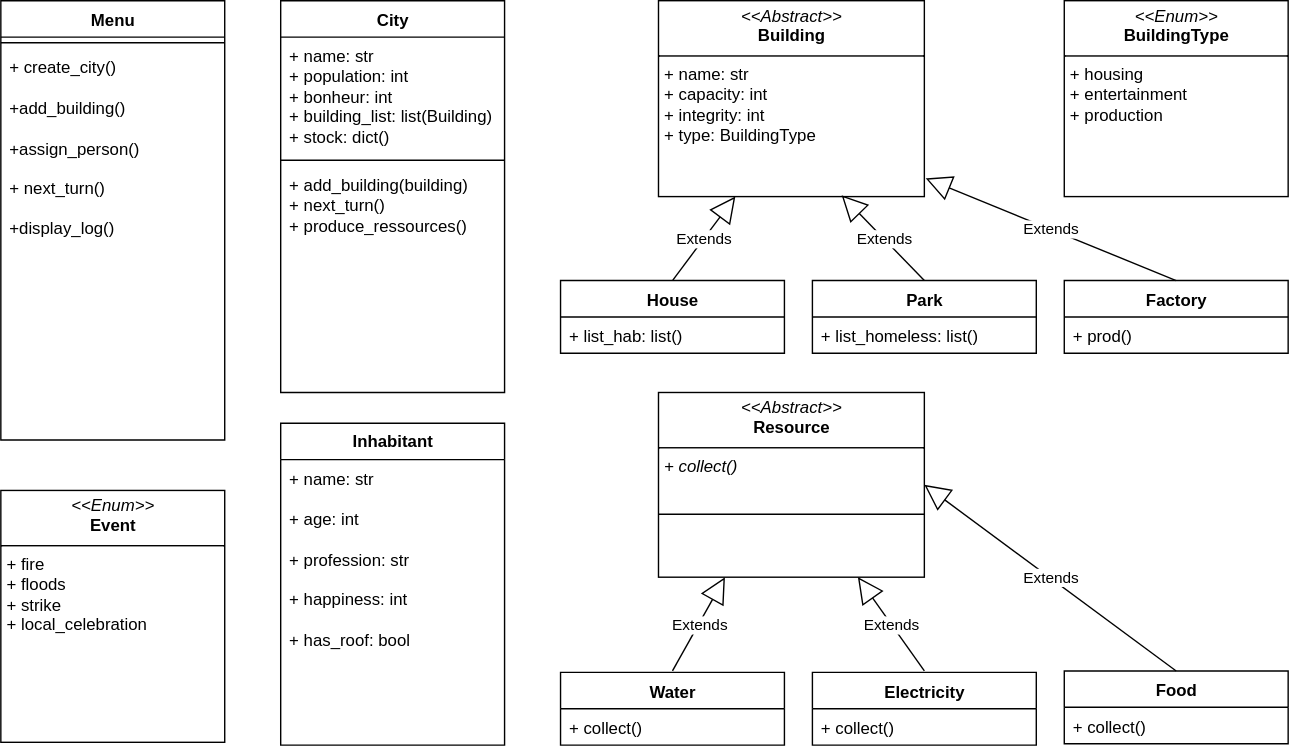
The draw.io diagram UML/CitySim.drawio.svg in em-riv/CitySim, before a commit. Source tidied: cells renumbered, new cells last; positions are measured from the earlier drawing's top-left corner, leaving out a move shared by most shapes.
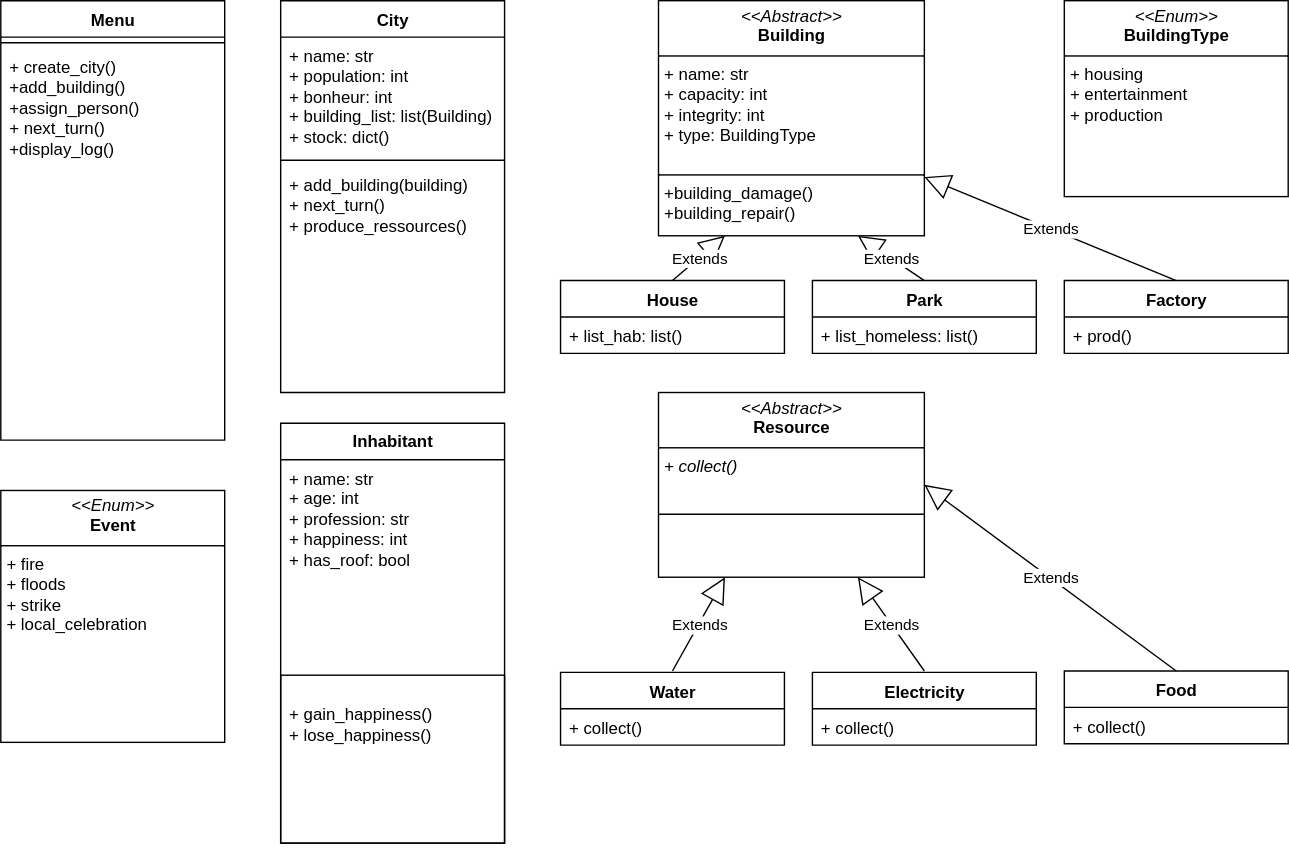
The same diagram one commit later.

What changed in the source:
```diff
@@ -17,9 +17,6 @@
     <mxCell id="6" value="&lt;p style=&quot;margin:0px;margin-top:4px;text-align:center;&quot;&gt;&lt;i&gt;&amp;lt;&amp;lt;Enum&amp;gt;&amp;gt;&lt;/i&gt;&lt;br&gt;&lt;b&gt;BuildingType&lt;/b&gt;&lt;/p&gt;&lt;hr size=&quot;1&quot; style=&quot;border-style:solid;&quot;&gt;&lt;p style=&quot;margin:0px;margin-left:4px;&quot;&gt;+ housing&lt;br&gt;+ entertainment&lt;/p&gt;&lt;p style=&quot;margin:0px;margin-left:4px;&quot;&gt;+ production&lt;/p&gt;" style="verticalAlign=top;align=left;overflow=fill;html=1;whiteSpace=wrap;" parent="1" vertex="1">
       <mxGeometry x="760" width="160" height="140" as="geometry" />
     </mxCell>
-    <mxCell id="7" value="&lt;p style=&quot;margin:0px;margin-top:4px;text-align:center;&quot;&gt;&lt;i&gt;&amp;lt;&amp;lt;Abstract&amp;gt;&amp;gt;&lt;/i&gt;&lt;br&gt;&lt;b&gt;Building&lt;/b&gt;&lt;/p&gt;&lt;hr size=&quot;1&quot; style=&quot;border-style:solid;&quot;&gt;&lt;p style=&quot;margin:0px;margin-left:4px;&quot;&gt;+ name: str&lt;br&gt;+ capacity: int&lt;/p&gt;&lt;p style=&quot;margin:0px;margin-left:4px;&quot;&gt;+ integrity: int&lt;/p&gt;&lt;p style=&quot;margin:0px;margin-left:4px;&quot;&gt;+ type: BuildingType&lt;/p&gt;&lt;p style=&quot;margin:0px;margin-left:4px;&quot;&gt;&lt;br&gt;&lt;/p&gt;" style="verticalAlign=top;align=left;overflow=fill;html=1;whiteSpace=wrap;" parent="1" vertex="1">
-      <mxGeometry x="470" width="190" height="140" as="geometry" />
-    </mxCell>
     <mxCell id="8" value="House" style="swimlane;fontStyle=1;align=center;verticalAlign=top;horizontal=1;startSize=26;whiteSpace=wrap;html=1;" parent="1" vertex="1">
       <mxGeometry x="400" y="200" width="160" height="52" as="geometry" />
     </mxCell>
@@ -39,16 +36,19 @@
       <mxGeometry y="26" width="160" height="26" as="geometry" />
     </mxCell>
     <mxCell id="14" value="&lt;b&gt;Inhabitant&lt;/b&gt;" style="swimlane;fontStyle=0;horizontal=1;startSize=26;fillColor=none;whiteSpace=wrap;html=1;" parent="1" vertex="1">
-      <mxGeometry x="200" y="302" width="160" height="230" as="geometry" />
+      <mxGeometry x="200" y="302" width="160" height="300" as="geometry" />
     </mxCell>
     <mxCell id="15" value="Extends" style="endArrow=block;endSize=16;endFill=0;html=1;rounded=0;exitX=0.5;exitY=0;exitDx=0;exitDy=0;entryX=0.25;entryY=1;entryDx=0;entryDy=0;" parent="14" edge="1" target="17">
       <mxGeometry relative="1" as="geometry">
         <mxPoint x="280" y="177" as="sourcePoint" />
       </mxGeometry>
     </mxCell>
-    <mxCell id="16" value="&lt;div&gt;+ name: st&lt;span style=&quot;background-color: transparent; color: light-dark(rgb(0, 0, 0), rgb(255, 255, 255));&quot;&gt;r&lt;/span&gt;&lt;/div&gt;&lt;div&gt;&lt;span style=&quot;background-color: transparent; color: light-dark(rgb(0, 0, 0), rgb(255, 255, 255));&quot;&gt;&lt;br&gt;&lt;/span&gt;&lt;/div&gt;&lt;div&gt;&lt;span style=&quot;background-color: transparent; color: light-dark(rgb(0, 0, 0), rgb(255, 255, 255));&quot;&gt;+ age: int&lt;/span&gt;&lt;/div&gt;&lt;div&gt;&lt;span style=&quot;color: rgba(0, 0, 0, 0); font-family: monospace; font-size: 0px; text-wrap-mode: nowrap;&quot;&gt;%3CmxGraphModel%3E%3Croot%3E%3CmxCell%20id%3D%220%22%2F%3E%3CmxCell%20id%3D%221%22%20parent%3D%220%22%2F%3E%3CmxCell%20id%3D%222%22%20value%3D%22%2B%20age%3A%20int%22%20style%3D%22text%3BstrokeColor%3Dnone%3BfillColor%3Dnone%3Balign%3Dleft%3BverticalAlign%3Dtop%3BspacingLeft%3D4%3BspacingRight%3D4%3Boverflow%3Dhidden%3Brotatable%3D0%3Bpoints%3D%5B%5B0%2C0.5%5D%2C%5B1%2C0.5%5D%5D%3BportConstraint%3Deastwest%3BwhiteSpace%3Dwrap%3Bhtml%3D1%3B%22%20vertex%3D%221%22%20parent%3D%221%22%3E%3CmxGeometry%20x%3D%22-80%22%20y%3D%22518%22%20width%3D%22160%22%20height%3D%2226%22%20as%3D%22geometry%22%2F%3E%3C%2FmxCell%3E%3C%2Froot%3E%3C%2FmxGraphModel%3E&lt;/span&gt;&lt;span style=&quot;color: rgba(0, 0, 0, 0); font-family: monospace; font-size: 0px; text-wrap-mode: nowrap; background-color: transparent;&quot;&gt;%3CmxGraphModel%3E%3Croot%3E%3CmxCell%20id%3D%220%22%2F%3E%3CmxCell%20id%3D%221%22%20parent%3D%220%22%2F%3E%3CmxCell%20id%3D%222%22%20value%3D%22%2B%20age%3A%20int%22%20style%3D%22text%3BstrokeColor%3Dnone%3BfillColor%3Dnone%3Balign%3Dleft%3BverticalAlign%3Dtop%3BspacingLeft%3D4%3BspacingRight%3D4%3Boverflow%3Dhidden%3Brotatable%3D0%3Bpoints%3D%5B%5B0%2C0.5%5D%2C%5B1%2C0.5%5D%5D%3BportConstraint%3Deastwest%3BwhiteSpace%3Dwrap%3Bhtml%3D1%3B%22%20vertex%3D%221%22%20parent%3D%221%22%3E%3CmxGeometry%20x%3D%22-80%22%20y%3D%22518%22%20width%3D%22160%22%20height%3D%2226%22%20as%3D%22geometry%22%2F%3E%3C%2FmxCell%3E%3C%2Froot%3E%3C%2FmxGraphModel%3E&lt;/span&gt;&lt;/div&gt;+ profession: str&lt;div&gt;&lt;br&gt;&lt;/div&gt;&lt;div&gt;+ happiness: int&lt;/div&gt;&lt;div&gt;&lt;br&gt;&lt;/div&gt;&lt;div&gt;+ has_roof: bool&lt;/div&gt;" style="text;strokeColor=none;fillColor=none;align=left;verticalAlign=top;spacingLeft=4;spacingRight=4;overflow=hidden;whiteSpace=wrap;html=1;" parent="14" vertex="1">
-      <mxGeometry y="26" width="160" height="204" as="geometry" />
+    <mxCell id="16" value="&lt;div&gt;+ name: st&lt;span style=&quot;background-color: transparent; color: light-dark(rgb(0, 0, 0), rgb(255, 255, 255));&quot;&gt;r&lt;/span&gt;&lt;/div&gt;&lt;div&gt;&lt;span style=&quot;background-color: transparent; color: light-dark(rgb(0, 0, 0), rgb(255, 255, 255));&quot;&gt;+ age: int&lt;/span&gt;&lt;span style=&quot;background-color: transparent; text-wrap-mode: nowrap; color: rgba(0, 0, 0, 0); font-family: monospace; font-size: 0px;&quot;&gt;%3CmxGraphModel%3E%3Croot%3E%3CmxCell%20id%3D%220%22%2F%3E%3CmxCell%20id%3D%221%22%20parent%3D%220%22%2F%3E%3CmxCell%20id%3D%222%22%20value%3D%22%2B%20age%3A%20int%22%20style%3D%22text%3BstrokeColor%3Dnone%3BfillColor%3Dnone%3Balign%3Dleft%3BverticalAlign%3Dtop%3BspacingLeft%3D4%3BspacingRight%3D4%3Boverflow%3Dhidden%3Brotatable%3D0%3Bpoints%3D%5B%5B0%2C0.5%5D%2C%5B1%2C0.5%5D%5D%3BportConstraint%3Deastwest%3BwhiteSpace%3Dwrap%3Bhtml%3D1%3B%22%20vertex%3D%221%22%20parent%3D%221%22%3E%3CmxGeometry%20x%3D%22-80%22%20y%3D%22518%22%20width%3D%22160%22%20height%3D%2226%22%20as%3D%22geometry%22%2F%3E%3C%2FmxCell%3E%3C%2Froot%3E%3C%2FmxGraphModel%3&lt;/span&gt;&lt;span style=&quot;background-color: transparent; text-wrap-mode: nowrap; color: rgba(0, 0, 0, 0); font-family: monospace; font-size: 0px;&quot;&gt;%3CmxGraphModel%3E%3Croot%3E%3CmxCell%20id%3D%220%22%2F%3E%3CmxCell%20id%3D%221%22%20parent%3D%220%22%2F%3E%3CmxCell%20id%3D%222%22%20value%3D%22%2B%20age%3A%20int%22%20style%3D%22text%3BstrokeColor%3Dnone%3BfillColor%3Dnone%3Balign%3Dleft%3BverticalAlign%3Dtop%3BspacingLeft%3D4%3BspacingRight%3D4%3Boverflow%3Dhidden%3Brotatable%3D0%3Bpoints%3D%5B%5B0%2C0.5%5D%2C%5B1%2C0.5%5D%5D%3BportConstraint%3Deastwest%3BwhiteSpace%3Dwrap%3Bhtml%3D1%3B%22%20vertex%3D%221%22%20parent%3D%221%22%3E%3CmxGeometry%20x%3D%22-80%22%20y%3D%22518%22%20width%3D%22160%22%20height%3D%2226%22%20as%3D%22geometry%22%2F%3E%3C%2FmxCell%3E%3C%2Froot%3E%3C%2FmxGraphModel%3E&lt;/span&gt;&lt;/div&gt;+ profession: str&lt;div&gt;+ happiness: int&lt;/div&gt;&lt;div&gt;+ has_roof: bool&lt;/div&gt;" style="text;strokeColor=none;fillColor=none;align=left;verticalAlign=top;spacingLeft=4;spacingRight=4;overflow=hidden;whiteSpace=wrap;html=1;" parent="14" vertex="1">
+      <mxGeometry y="26" width="160" height="154" as="geometry" />
     </mxCell>
+    <mxCell id="34" value="&lt;br&gt;&lt;div&gt;+ gain_happiness()&lt;div&gt;+ lose_happiness()&lt;/div&gt;&lt;/div&gt;" style="text;strokeColor=default;fillColor=none;align=left;verticalAlign=top;spacingLeft=4;spacingRight=4;overflow=hidden;whiteSpace=wrap;html=1;" parent="14" vertex="1">
+      <mxGeometry y="180" width="160" height="120" as="geometry" />
+    </mxCell>
     <mxCell id="17" value="&lt;p style=&quot;margin:0px;margin-top:4px;text-align:center;&quot;&gt;&lt;i&gt;&amp;lt;&amp;lt;Abstract&amp;gt;&amp;gt;&lt;/i&gt;&lt;br&gt;&lt;b&gt;Resource&lt;/b&gt;&lt;/p&gt;&lt;hr size=&quot;1&quot; style=&quot;border-style:solid;&quot;&gt;&lt;p style=&quot;margin:0px;margin-left:4px;&quot;&gt;&lt;i style=&quot;background-color: transparent; color: light-dark(rgb(0, 0, 0), rgb(255, 255, 255));&quot;&gt;+ collect()&lt;/i&gt;&lt;/p&gt;&lt;p style=&quot;margin:0px;margin-left:4px;&quot;&gt;&lt;span style=&quot;color: rgba(0, 0, 0, 0); font-family: monospace; font-size: 0px; text-wrap-mode: nowrap;&quot;&gt;%3CmxGraphModel%3E%3Croot%3E%3CmxCell%20id%3D%220%22%2F%3E%3CmxCell%20id%3D%221%22%20parent%3D%220%22%2F%3E%3CmxCell%20id%3D%222%22%20value%3D%22%22%20style%3D%22line%3BstrokeWidth%3D1%3BfillColor%3Dnone%3Balign%3Dleft%3BverticalAlign%3Dmiddle%3BspacingTop%3D-1%3BspacingLeft%3D3%3BspacingRight%3D3%3Brotatable%3D0%3BlabelPosition%3Dright%3Bpoints%3D%5B%5D%3BportConstraint%3Deastwest%3BstrokeColor%3Dinherit%3B%22%20vertex%3D%221%22%20parent%3D%221%22%3E%3CmxGeometry%20x%3D%22-260%22%20y%3D%22258%22%20width%3D%22160%22%20height%3D%228%22%20as%3D%22geometry%22%2F%3E%3C%2FmxCell%3E%3C%2Froot%3E%3C%2FmxGraphModel%3E&lt;/span&gt;&lt;/p&gt;" style="verticalAlign=top;align=left;overflow=fill;html=1;whiteSpace=wrap;" parent="1" vertex="1">
       <mxGeometry x="470" y="280" width="190" height="132" as="geometry" />
     </mxCell>
@@ -79,7 +79,7 @@
     <mxCell id="26" style="line;strokeWidth=1;fillColor=none;align=left;verticalAlign=middle;spacingTop=-1;spacingLeft=3;spacingRight=3;labelPosition=right;strokeColor=inherit;" parent="25" vertex="1">
       <mxGeometry y="26" width="160" height="8" as="geometry" />
     </mxCell>
-    <mxCell id="27" value="&lt;div&gt;&lt;span style=&quot;font-style: normal;&quot;&gt;+ create_city()&lt;/span&gt;&lt;/div&gt;&lt;div&gt;&lt;span style=&quot;font-style: normal;&quot;&gt;&lt;br&gt;&lt;/span&gt;&lt;/div&gt;&lt;div&gt;&lt;span style=&quot;font-style: normal;&quot;&gt;+add_building()&lt;/span&gt;&lt;/div&gt;&lt;div&gt;&lt;span style=&quot;font-style: normal;&quot;&gt;&lt;br&gt;&lt;/span&gt;&lt;/div&gt;&lt;div&gt;&lt;span style=&quot;font-style: normal;&quot;&gt;+assign_person()&lt;/span&gt;&lt;/div&gt;&lt;div&gt;&lt;span style=&quot;font-style: normal;&quot;&gt;&lt;br&gt;&lt;/span&gt;&lt;/div&gt;&lt;span style=&quot;font-style: normal;&quot;&gt;+ next_turn()&lt;/span&gt;&lt;div&gt;&lt;span style=&quot;font-style: normal;&quot;&gt;&lt;br&gt;&lt;/span&gt;&lt;/div&gt;&lt;div&gt;&lt;span style=&quot;font-style: normal;&quot;&gt;+display_log()&lt;/span&gt;&lt;/div&gt;" style="text;strokeColor=none;fillColor=none;align=left;verticalAlign=top;spacingLeft=4;spacingRight=4;overflow=hidden;whiteSpace=wrap;html=1;fontStyle=2;" parent="25" vertex="1">
+    <mxCell id="27" value="&lt;div&gt;&lt;span style=&quot;font-style: normal;&quot;&gt;+ create_city()&lt;/span&gt;&lt;/div&gt;&lt;div&gt;&lt;span style=&quot;font-style: normal;&quot;&gt;+add_building()&lt;/span&gt;&lt;/div&gt;&lt;div&gt;&lt;span style=&quot;font-style: normal;&quot;&gt;+assign_person()&lt;/span&gt;&lt;/div&gt;&lt;span style=&quot;font-style: normal;&quot;&gt;+ next_turn()&lt;/span&gt;&lt;div&gt;&lt;span style=&quot;font-style: normal;&quot;&gt;+display_log()&lt;/span&gt;&lt;/div&gt;" style="text;strokeColor=none;fillColor=none;align=left;verticalAlign=top;spacingLeft=4;spacingRight=4;overflow=hidden;whiteSpace=wrap;html=1;fontStyle=2;" parent="25" vertex="1">
       <mxGeometry y="34" width="160" height="280" as="geometry" />
     </mxCell>
     <mxCell id="28" value="Extends" style="endArrow=block;endSize=16;endFill=0;html=1;rounded=0;exitX=0.5;exitY=0;exitDx=0;exitDy=0;entryX=1;entryY=0.5;entryDx=0;entryDy=0;" parent="1" edge="1" source="22" target="17">
@@ -90,21 +90,24 @@
         <mxPoint x="660" y="479" as="sourcePoint" />
       </mxGeometry>
     </mxCell>
-    <mxCell id="30" value="Extends" style="endArrow=block;endSize=16;endFill=0;html=1;rounded=0;exitX=0.5;exitY=0;exitDx=0;exitDy=0;entryX=1.005;entryY=0.907;entryDx=0;entryDy=0;entryPerimeter=0;" parent="1" edge="1" target="7">
+    <mxCell id="30" value="Extends" style="endArrow=block;endSize=16;endFill=0;html=1;rounded=0;exitX=0.5;exitY=0;exitDx=0;exitDy=0;entryX=1;entryY=0.75;entryDx=0;entryDy=0;" parent="1" edge="1" target="35">
       <mxGeometry relative="1" as="geometry">
         <mxPoint x="840" y="200" as="sourcePoint" />
       </mxGeometry>
     </mxCell>
-    <mxCell id="31" value="Extends" style="endArrow=block;endSize=16;endFill=0;html=1;rounded=0;exitX=0.5;exitY=0;exitDx=0;exitDy=0;entryX=0.689;entryY=0.993;entryDx=0;entryDy=0;entryPerimeter=0;" parent="1" edge="1" target="7">
+    <mxCell id="31" value="Extends" style="endArrow=block;endSize=16;endFill=0;html=1;rounded=0;exitX=0.5;exitY=0;exitDx=0;exitDy=0;entryX=0.75;entryY=1;entryDx=0;entryDy=0;" parent="1" edge="1" target="35">
       <mxGeometry relative="1" as="geometry">
         <mxPoint x="660" y="200" as="sourcePoint" />
       </mxGeometry>
     </mxCell>
-    <mxCell id="32" value="Extends" style="endArrow=block;endSize=16;endFill=0;html=1;rounded=0;exitX=0.5;exitY=0;exitDx=0;exitDy=0;entryX=0.289;entryY=1;entryDx=0;entryDy=0;entryPerimeter=0;" parent="1" edge="1" source="8" target="7">
+    <mxCell id="32" value="Extends" style="endArrow=block;endSize=16;endFill=0;html=1;rounded=0;exitX=0.5;exitY=0;exitDx=0;exitDy=0;entryX=0.25;entryY=1;entryDx=0;entryDy=0;" parent="1" edge="1" source="8" target="35">
       <mxGeometry relative="1" as="geometry" />
     </mxCell>
     <mxCell id="33" style="line;strokeWidth=1;fillColor=none;align=left;verticalAlign=middle;spacingTop=-1;spacingLeft=3;spacingRight=3;labelPosition=right;strokeColor=inherit;" parent="1" vertex="1">
       <mxGeometry x="470" y="362" width="190" height="10" as="geometry" />
     </mxCell>
+    <mxCell id="35" value="&lt;p style=&quot;margin:0px;margin-top:4px;text-align:center;&quot;&gt;&lt;i&gt;&amp;lt;&amp;lt;Abstract&amp;gt;&amp;gt;&lt;/i&gt;&lt;br&gt;&lt;b&gt;Building&lt;/b&gt;&lt;/p&gt;&lt;hr size=&quot;1&quot; style=&quot;border-style:solid;&quot;&gt;&lt;p style=&quot;margin: 0px 0px 0px 4px;&quot;&gt;+ name: str&lt;br&gt;+ capacity: int&lt;/p&gt;&lt;p style=&quot;margin: 0px 0px 0px 4px;&quot;&gt;+ integrity: int&lt;/p&gt;&lt;p style=&quot;margin: 0px 0px 0px 4px;&quot;&gt;+ type: BuildingType&lt;/p&gt;&lt;p style=&quot;margin:0px;margin-left:4px;&quot;&gt;&lt;br&gt;&lt;/p&gt;&lt;hr size=&quot;1&quot; style=&quot;border-style:solid;&quot;&gt;&lt;p style=&quot;margin:0px;margin-left:4px;&quot;&gt;+building_damage()&lt;/p&gt;&lt;p style=&quot;margin:0px;margin-left:4px;&quot;&gt;+building_repair()&lt;/p&gt;" style="verticalAlign=top;align=left;overflow=fill;html=1;whiteSpace=wrap;" parent="1" vertex="1">
+      <mxGeometry x="470" width="190" height="168" as="geometry" />
+    </mxCell>
   </root>
 </mxGraphModel>
```
